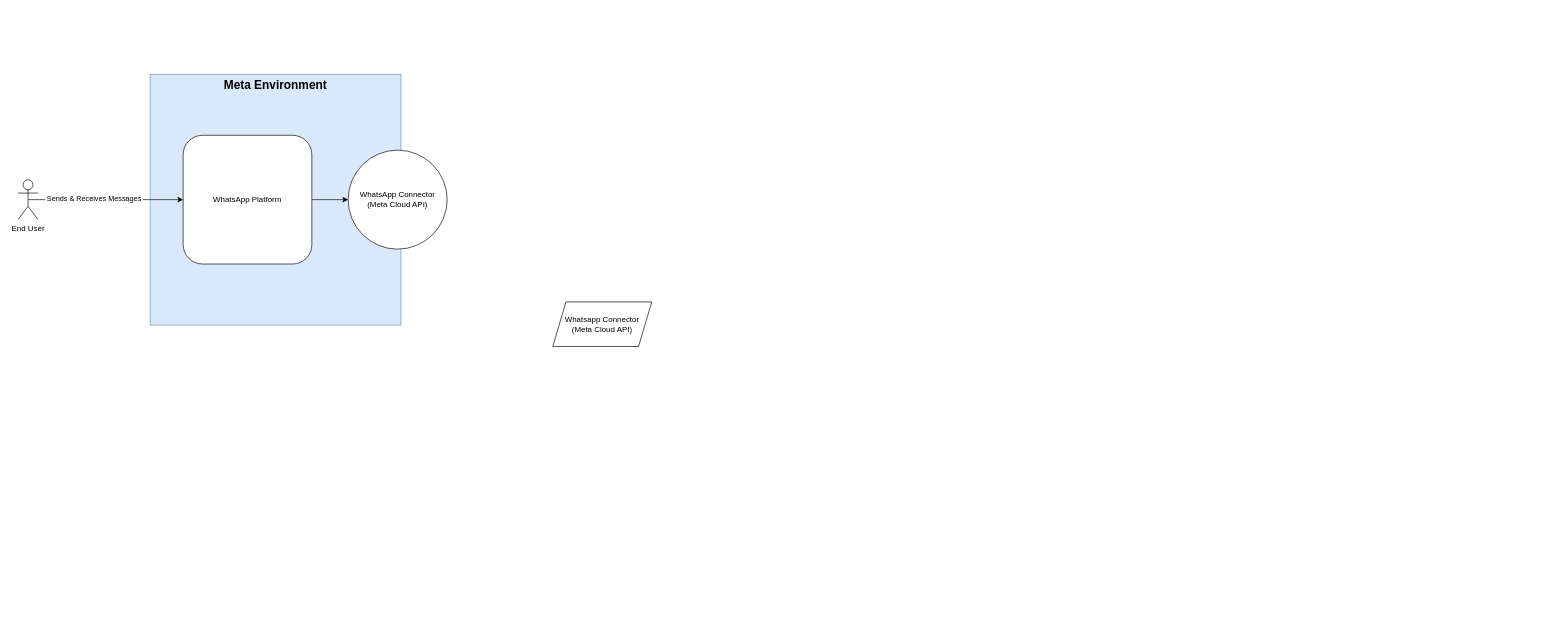
BradleyGilden/alx-backend-javascript keeps this draw.io diagram as api-handling/Connex_AI_System_Design_00.drawio. Above is the earlier version. Source tidied: cells renumbered, new cells numbered last; positions are measured from the earlier drawing's top-left corner, leaving out a move shared by most shapes. Both pictures are drawn from the tidied source at 66%, with x=0, y=0 at pixel (18, 74).
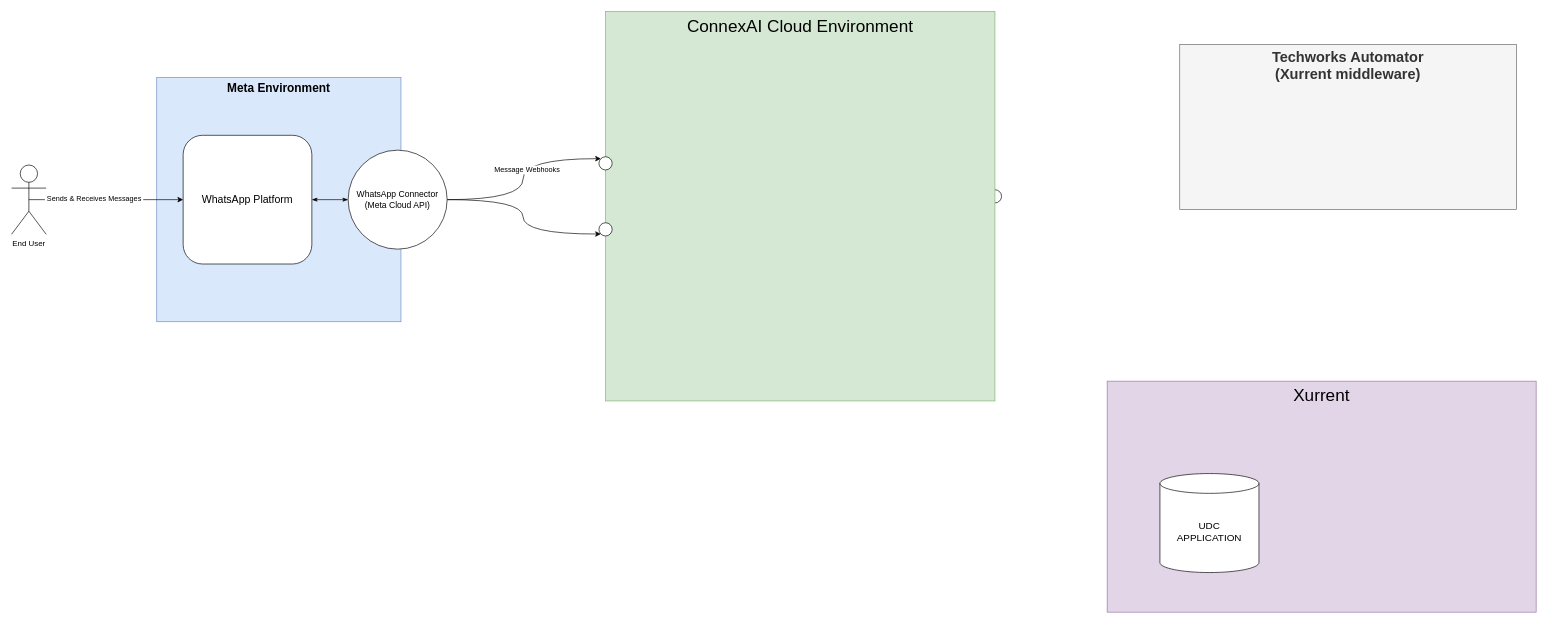
The same diagram, later.

What changed in the source:
```diff
@@
     <mxCell id="2" value="&lt;font style=&quot;font-size: 18px;&quot;&gt;&lt;b&gt;Meta Environment&lt;/b&gt;&lt;/font&gt;" style="whiteSpace=wrap;html=1;align=center;verticalAlign=top;labelBackgroundColor=none;fillColor=#dae8fc;strokeColor=#6c8ebf;" parent="1" vertex="1">
-      <mxGeometry x="200" width="380" height="380" as="geometry" />
+      <mxGeometry x="210" y="5" width="370" height="370" as="geometry" />
     </mxCell>
     <mxCell id="3" value="End User" style="shape=umlActor;verticalLabelPosition=bottom;verticalAlign=top;html=1;" parent="1" vertex="1">
-      <mxGeometry y="160" width="30" height="60" as="geometry" />
+      <mxGeometry x="-10" y="137.5" width="52.5" height="105" as="geometry" />
     </mxCell>
-    <mxCell id="4" style="edgeStyle=orthogonalEdgeStyle;rounded=0;jettySize=auto;html=1;exitX=1;exitY=0.5;exitDx=0;exitDy=0;entryX=0;entryY=0.5;entryDx=0;entryDy=0;" parent="1" edge="1" source="5" target="9">
+    <mxCell id="4" style="edgeStyle=orthogonalEdgeStyle;rounded=0;jettySize=auto;html=1;exitX=1;exitY=0.5;exitDx=0;exitDy=0;entryX=0;entryY=0.5;entryDx=0;entryDy=0;endArrow=classicThin;endFill=1;startArrow=classicThin;startFill=1;" parent="1" edge="1" source="5" target="9">
       <mxGeometry relative="1" as="geometry" />
     </mxCell>
-    <mxCell id="5" value="WhatsApp Platform" style="whiteSpace=wrap;html=1;rounded=1;" parent="1" vertex="1">
+    <mxCell id="5" value="&lt;font style=&quot;font-size: 16px;&quot;&gt;WhatsApp Platform&lt;/font&gt;" style="whiteSpace=wrap;html=1;rounded=1;" parent="1" vertex="1">
       <mxGeometry x="250" y="92.5" width="195" height="195" as="geometry" />
     </mxCell>
-    <mxCell id="6" value="Whatsapp Connector&lt;br&gt;(Meta Cloud API)" style="shape=parallelogram;perimeter=parallelogramPerimeter;whiteSpace=wrap;html=1;fixedSize=1;" parent="1" vertex="1">
-      <mxGeometry x="810" y="345" width="150" height="67.5" as="geometry" />
-    </mxCell>
@@
+    <mxCell id="10" style="edgeStyle=orthogonalEdgeStyle;curved=1;rounded=0;jettySize=auto;html=1;exitX=1;exitY=0.5;exitDx=0;exitDy=0;entryX=0;entryY=0;entryDx=0;entryDy=0;" parent="1" edge="1" source="9" target="22">
+      <mxGeometry relative="1" as="geometry" />
+    </mxCell>
+    <mxCell id="11" value="Message Webhooks" style="edgeLabel;html=1;align=center;verticalAlign=middle;" parent="10" vertex="1">
+      <mxGeometry x="0.09" y="-5" relative="1" as="geometry" />
+    </mxCell>
+    <mxCell id="12" style="edgeStyle=orthogonalEdgeStyle;curved=1;rounded=0;jettySize=auto;html=1;exitX=1;exitY=0.5;exitDx=0;exitDy=0;entryX=0;entryY=1;entryDx=0;entryDy=0;" parent="1" edge="1" source="9" target="21">
+      <mxGeometry relative="1" as="geometry" />
+    </mxCell>
-    <mxCell id="9" value="WhatsApp Connector&lt;br&gt;(Meta Cloud API)" style="ellipse;whiteSpace=wrap;html=1;" parent="1" vertex="1">
+    <mxCell id="9" value="&lt;font style=&quot;font-size: 13px;&quot;&gt;WhatsApp Connector&lt;br&gt;(Meta Cloud API)&lt;/font&gt;" style="ellipse;whiteSpace=wrap;html=1;" parent="1" vertex="1">
       <mxGeometry x="500" y="115" width="150" height="150" as="geometry" />
     </mxCell>
+    <mxCell id="13" value="Xurrent" style="rounded=0;whiteSpace=wrap;html=1;verticalAlign=top;fontSize=26;fillColor=#e1d5e7;strokeColor=#9673a6;" parent="1" vertex="1">
+      <mxGeometry x="1650" y="465" width="650" height="350" as="geometry" />
+    </mxCell>
+    <mxCell id="14" value="Techworks Automator&lt;br&gt;(Xurrent middleware)" style="rounded=0;whiteSpace=wrap;html=1;fillColor=#f5f5f5;fontColor=#333333;strokeColor=#666666;verticalAlign=top;fontSize=22;fontStyle=1;" parent="1" vertex="1">
+      <mxGeometry x="1760" y="-45" width="510" height="250" as="geometry" />
+    </mxCell>
+    <mxCell id="15" value="UDC&lt;br&gt;APPLICATION" style="shape=cylinder3;whiteSpace=wrap;html=1;boundedLbl=1;backgroundOutline=1;size=15;fontSize=15;" parent="1" vertex="1">
+      <mxGeometry x="1730" y="605" width="150" height="150" as="geometry" />
+    </mxCell>
+    <mxCell id="16" style="group;" parent="1" vertex="1">
+      <mxGeometry x="880" y="-95" width="610" height="590" as="geometry" />
+    </mxCell>
+    <mxCell id="17" style="group;" parent="16" vertex="1">
+      <mxGeometry x="10" width="600" height="590" as="geometry" />
+    </mxCell>
+    <mxCell id="18" style="ellipse;whiteSpace=wrap;html=1;" parent="17" vertex="1">
+      <mxGeometry x="580" y="270" width="20" height="20" as="geometry" />
+    </mxCell>
+    <mxCell id="19" style="group;" parent="17" vertex="1">
+      <mxGeometry x="-10" width="600" height="590" as="geometry" />
+    </mxCell>
+    <mxCell id="20" value="&lt;font style=&quot;font-size: 26px;&quot;&gt;ConnexAI Cloud Environment&lt;/font&gt;" style="whiteSpace=wrap;html=1;verticalAlign=top;fillColor=#d5e8d4;strokeColor=#82b366;" parent="19" vertex="1">
+      <mxGeometry x="10" width="590" height="590" as="geometry" />
+    </mxCell>
+    <mxCell id="21" style="ellipse;whiteSpace=wrap;html=1;" parent="19" vertex="1">
+      <mxGeometry y="320" width="20" height="20" as="geometry" />
+    </mxCell>
+    <mxCell id="22" style="ellipse;whiteSpace=wrap;html=1;" parent="16" vertex="1">
+      <mxGeometry y="220" width="20" height="20" as="geometry" />
+    </mxCell>
```
